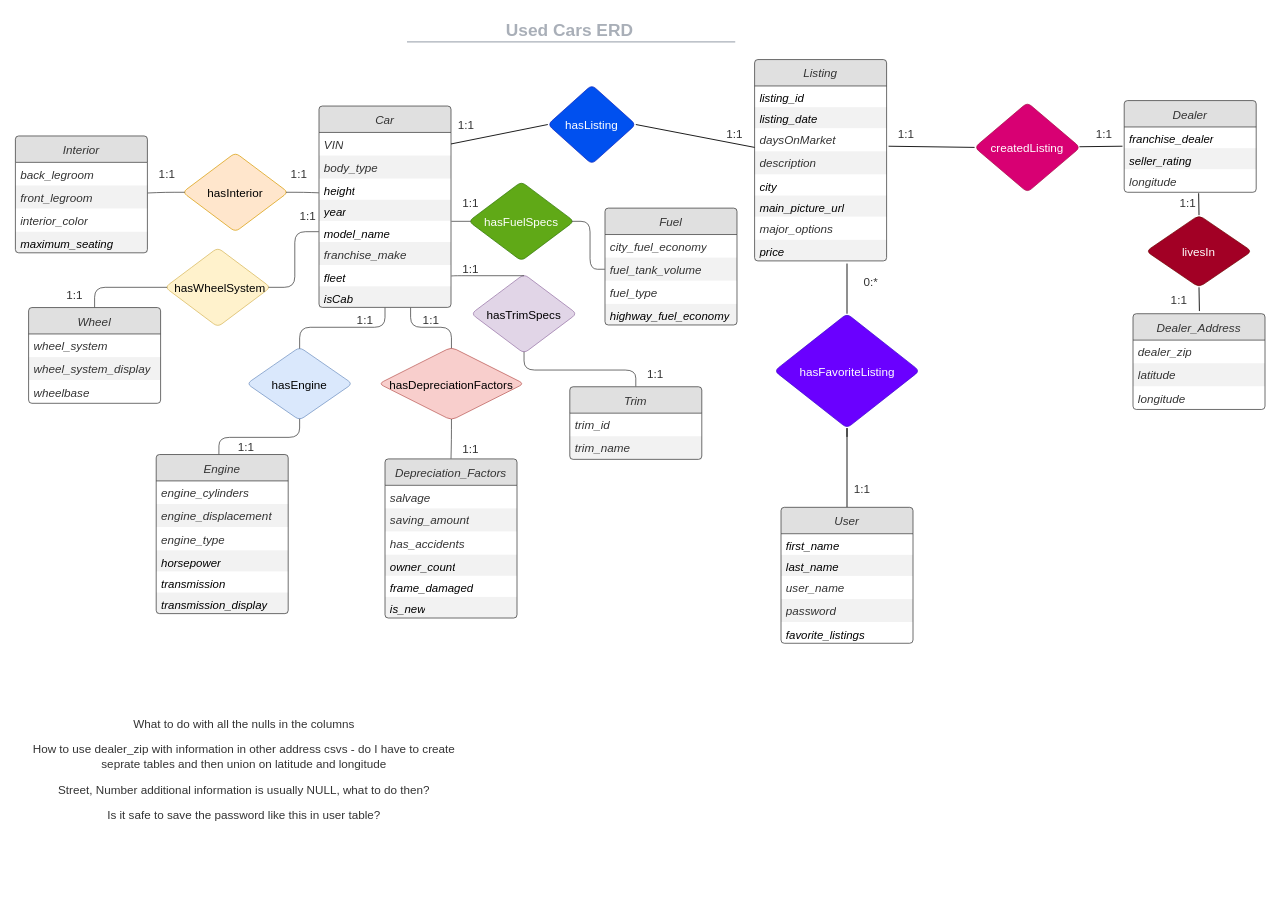
The draw.io diagram ERD/ERD1.drawio in abmfocus4/UsedCars-db, before the edit. Source tidied: cells renumbered, new cells numbered last; positions are measured from the earlier drawing's top-left corner, leaving out a move shared by most shapes. Both pictures are drawn from the tidied source at 88%, with x=0, y=0 at pixel (15, 15).
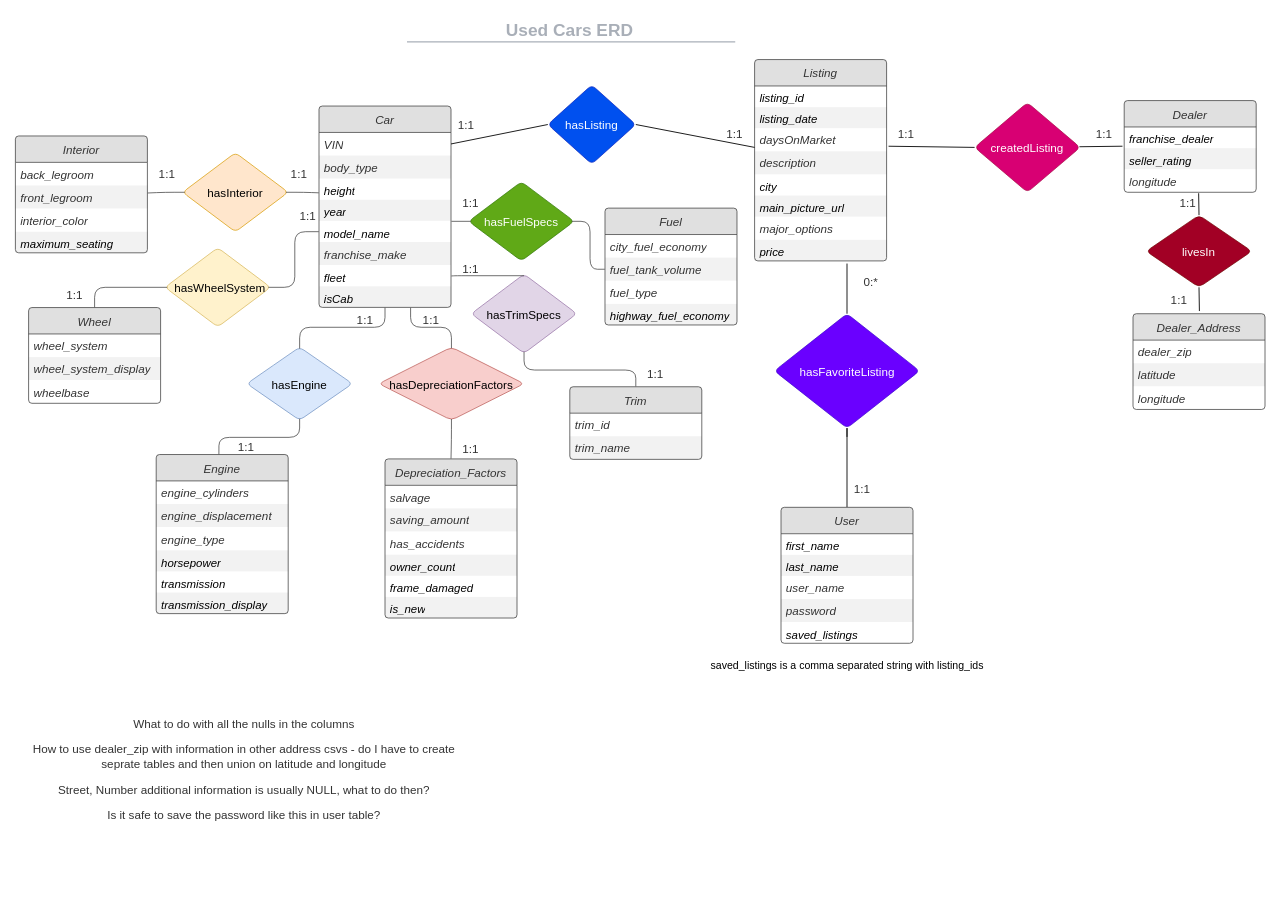
The same diagram, later.

Commit message:
saved_listings format updated

Unchanged cells that the change refers to:
```xml
<mxCell id="64" value="User" style="html=1;overflow=block;blockSpacing=1;whiteSpace=wrap;swimlane;horizontal=1;fontStyle=0;swimlaneFillColor=#ffffff;startSize=30;whiteSpace=wrap;fontSize=13.3;fontColor=#333333;fontStyle=2;align=center;spacingLeft=8.4;spacingRight=8.4;spacingTop=2.4;whiteSpace=wrap;fontFamily=Helvetica;spacing=3.6;strokeColor=#333333;strokeOpacity=100;fillOpacity=100;rounded=1;absoluteArcSize=1;arcSize=7.5;fillColor=#ffffff;strokeWidth=0.8;fillColor=#e0e0e0;" parent="1" vertex="1">
  <mxGeometry x="870" y="559" width="150" height="154.5" as="geometry" />
</mxCell>
```

The edit, as a diff of the source:
```diff
@@
-    <mxCell id="69" value="favorite_listings" style="strokeColor=none;align=left;verticalAlign=top;spacingLeft=4;spacingRight=4;overflow=hidden;html=1;whiteSpace=wrap;swimlaneFillColor=#ffffff;fontSize=13;fontStyle=2;fillColor=none;strokeOpacity=100;fillOpacity=100;" parent="64" vertex="1">
+    <mxCell id="69" value="saved_listings" style="strokeColor=none;align=left;verticalAlign=top;spacingLeft=4;spacingRight=4;overflow=hidden;html=1;whiteSpace=wrap;swimlaneFillColor=#ffffff;fontSize=13;fontStyle=2;fillColor=none;strokeOpacity=100;fillOpacity=100;" parent="64" vertex="1">
       <mxGeometry y="130.5" width="150" height="24" as="geometry" />
     </mxCell>
@@
+    <mxCell id="121" value="saved_listings is a comma separated string with listing_ids" style="text;html=1;align=center;verticalAlign=middle;" parent="1" vertex="1">
+      <mxGeometry x="780" y="729" width="330" height="20" as="geometry" />
+    </mxCell>
```
